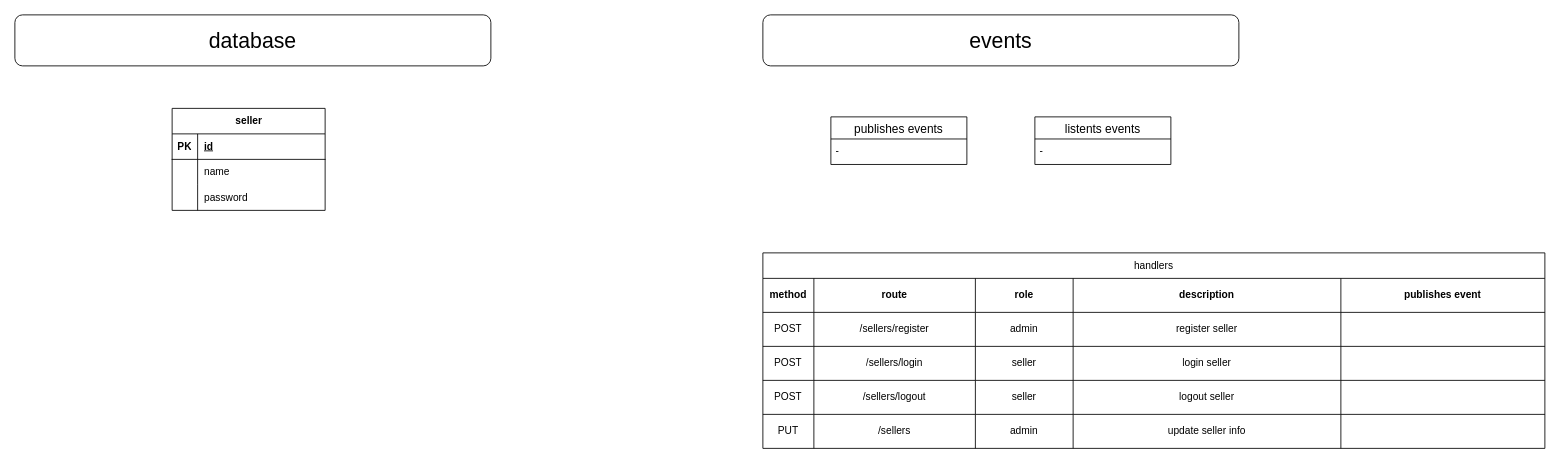
This is page "seller" (3 of 11) of app.drawio from ernurQ/eat-web-diagrams, a draw.io file, before an edit. Source tidied: cells renumbered, new cells numbered last; positions are measured from the earlier drawing's top-left corner, leaving out a move shared by most shapes. Both pictures are drawn from the tidied source at 85%, with x=0, y=0 at pixel (14, 14).
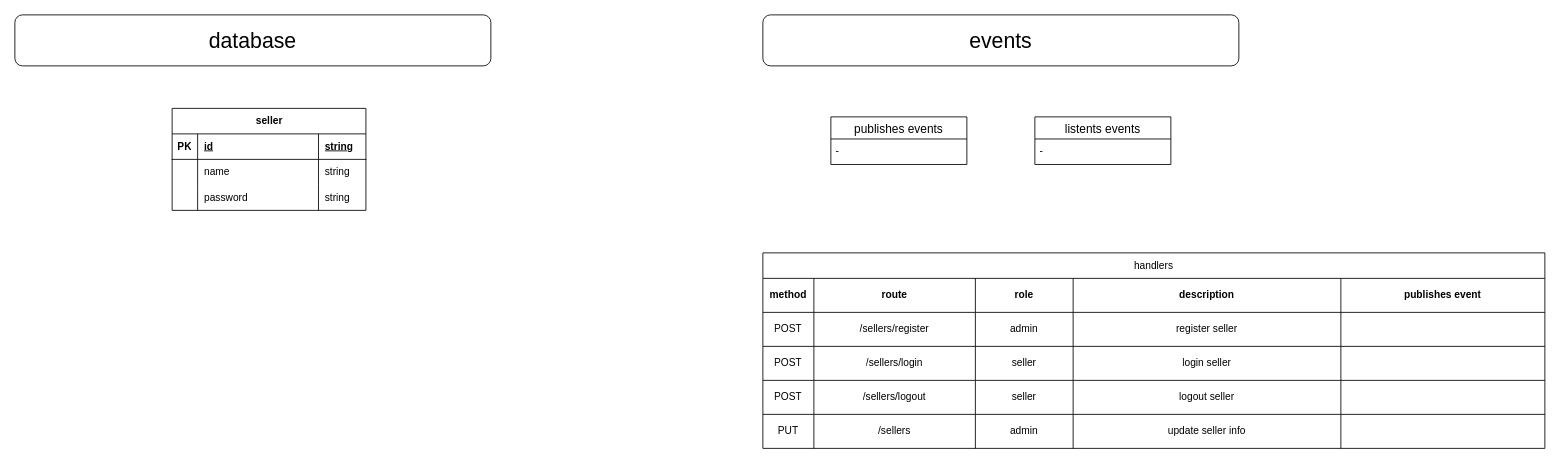
The same diagram, later.

Diff of the diagram source:
```diff
@@
     <mxCell id="2" value="seller" style="shape=table;startSize=30;childLayout=tableLayout;rowLines=0;fontStyle=1;align=center;html=1;" parent="1" vertex="1">
-      <mxGeometry x="185" y="110" width="180" height="120" as="geometry" />
+      <mxGeometry x="185" y="110" width="228" height="120" as="geometry" />
     </mxCell>
     <mxCell id="3" style="shape=tableRow;horizontal=0;startSize=0;swimlaneHead=0;swimlaneBody=0;fillColor=none;top=0;left=0;right=0;bottom=1;" parent="2" vertex="1">
-      <mxGeometry y="30" width="180" height="30" as="geometry" />
+      <mxGeometry y="30" width="228" height="30" as="geometry" />
     </mxCell>
@@
     <mxCell id="5" value="id" style="shape=partialRectangle;fillColor=none;top=0;left=0;bottom=0;right=0;align=left;spacingLeft=6;fontStyle=5;overflow=hidden;whiteSpace=wrap;html=1;" parent="3" vertex="1">
-      <mxGeometry x="30" width="150" height="30" as="geometry" />
+      <mxGeometry x="30" width="142.2" height="30" as="geometry" />
     </mxCell>
+    <mxCell id="49" value="string" style="shape=partialRectangle;fillColor=none;top=0;left=0;bottom=0;right=0;align=left;spacingLeft=6;fontStyle=5;overflow=hidden;whiteSpace=wrap;html=1;" parent="3" vertex="1">
+      <mxGeometry x="172.2" width="55.8" height="30" as="geometry" />
+    </mxCell>
     <mxCell id="6" style="shape=tableRow;horizontal=0;startSize=0;swimlaneHead=0;swimlaneBody=0;fillColor=none;top=0;left=0;right=0;bottom=0;" parent="2" vertex="1">
-      <mxGeometry y="60" width="180" height="30" as="geometry" />
+      <mxGeometry y="60" width="228" height="30" as="geometry" />
     </mxCell>
@@
     <mxCell id="8" value="name" style="shape=partialRectangle;fillColor=none;top=0;left=0;bottom=0;right=0;align=left;spacingLeft=6;overflow=hidden;whiteSpace=wrap;html=1;" parent="6" vertex="1">
-      <mxGeometry x="30" width="150" height="30" as="geometry" />
+      <mxGeometry x="30" width="142.2" height="30" as="geometry" />
     </mxCell>
+    <mxCell id="50" value="string" style="shape=partialRectangle;fillColor=none;top=0;left=0;bottom=0;right=0;align=left;spacingLeft=6;overflow=hidden;whiteSpace=wrap;html=1;" parent="6" vertex="1">
+      <mxGeometry x="172.2" width="55.8" height="30" as="geometry" />
+    </mxCell>
     <mxCell id="9" style="shape=tableRow;horizontal=0;startSize=0;swimlaneHead=0;swimlaneBody=0;fillColor=none;top=0;left=0;right=0;bottom=0;" parent="2" vertex="1">
-      <mxGeometry y="90" width="180" height="30" as="geometry" />
+      <mxGeometry y="90" width="228" height="30" as="geometry" />
     </mxCell>
@@
     <mxCell id="11" value="password" style="shape=partialRectangle;fillColor=none;top=0;left=0;bottom=0;right=0;align=left;spacingLeft=6;overflow=hidden;whiteSpace=wrap;html=1;" parent="9" vertex="1">
-      <mxGeometry x="30" width="150" height="30" as="geometry" />
+      <mxGeometry x="30" width="142.2" height="30" as="geometry" />
     </mxCell>
+    <mxCell id="51" value="string" style="shape=partialRectangle;fillColor=none;top=0;left=0;bottom=0;right=0;align=left;spacingLeft=6;overflow=hidden;whiteSpace=wrap;html=1;" parent="9" vertex="1">
+      <mxGeometry x="172.2" width="55.8" height="30" as="geometry" />
+    </mxCell>
```
